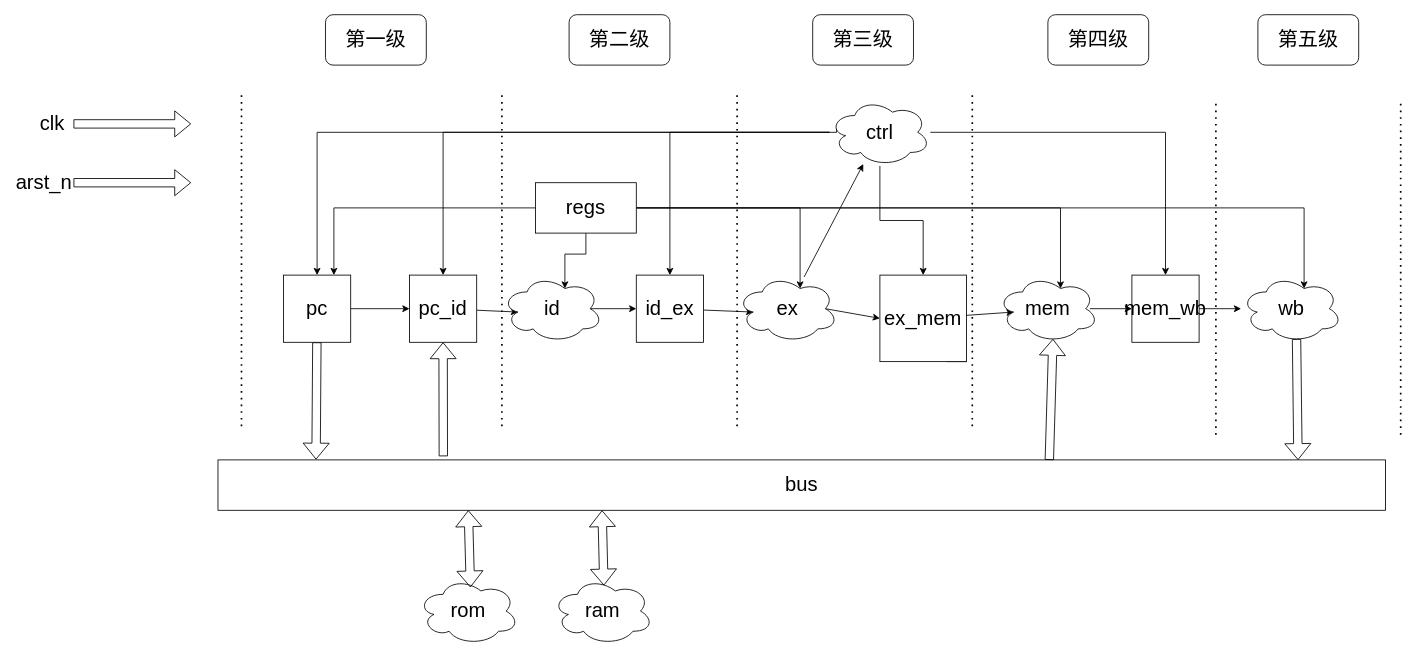
Above: riscv_soc.drawio in Mxcln/RISC_V_PIPE (draw.io), before the change. Source tidied: cells renumbered, new cells numbered last; positions are measured from the earlier drawing's top-left corner, leaving out a move shared by most shapes. Both pictures are drawn from the tidied source at 84%, with x=0, y=0 at pixel (14, 14).
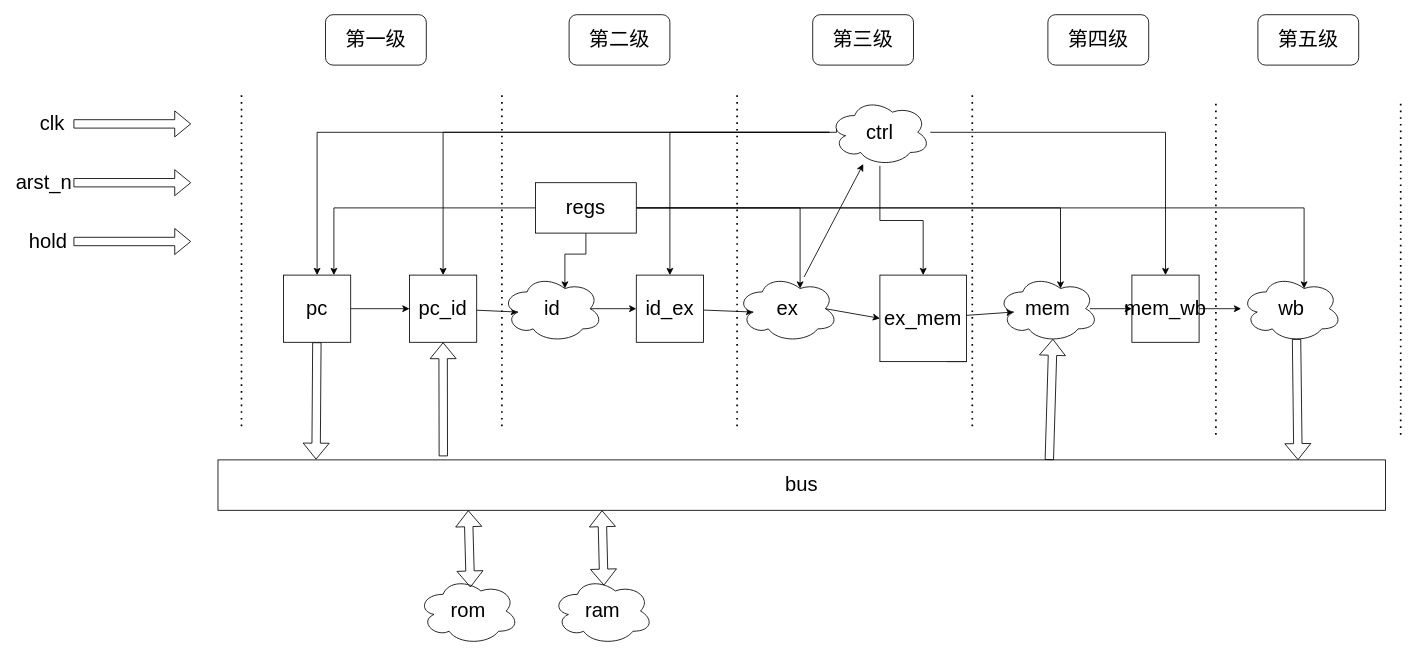
The same diagram, later.

The edit, as a diff of the source:
```diff
@@
+    <mxCell id="57" style="shape=flexArrow;endArrow=classic;html=1;rounded=0;fontSize=24;entryX=0;entryY=0.25;entryDx=0;entryDy=0;" parent="1" edge="1">
+      <mxGeometry relative="1" as="geometry">
+        <mxPoint x="70" y="270" as="sourcePoint" />
+        <mxPoint x="210" y="270" as="targetPoint" />
+      </mxGeometry>
+    </mxCell>
+    <mxCell id="58" value="&lt;font style=&quot;font-size: 24px&quot;&gt;hold&lt;/font&gt;" style="text;html=1;strokeColor=none;fillColor=none;align=center;verticalAlign=middle;whiteSpace=wrap;rounded=0;" parent="1" vertex="1">
+      <mxGeometry y="250" width="80" height="40" as="geometry" />
+    </mxCell>
```
